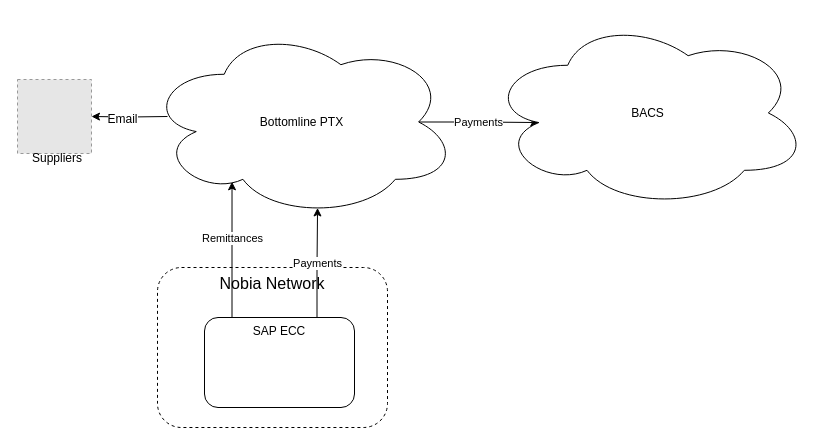
Above: page "Bottomline- To be" (2 of 6) of Bottomline.drawio in mrf742002/Diagrams (draw.io), before the change. Source tidied: cells renumbered, new cells numbered last; positions are measured from the earlier drawing's top-left corner, leaving out a move shared by most shapes. Both pictures are drawn from the tidied source at 100%, with x=0, y=0 at pixel (17, 17). Pictures stored in the file or linked from it are replaced by grey dashed boxes.
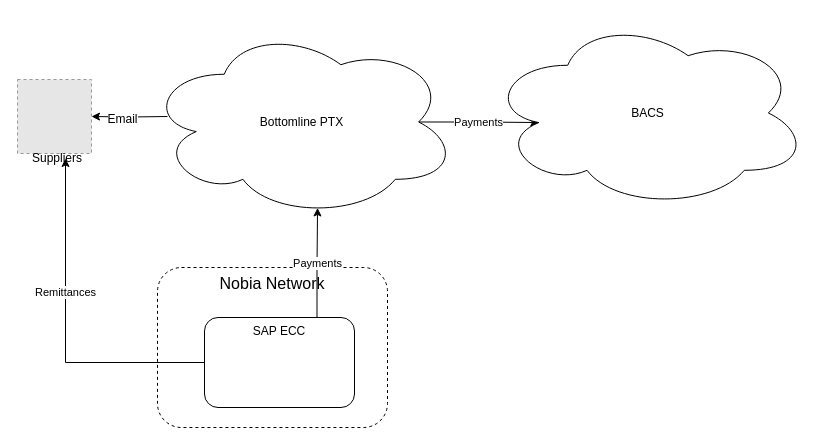
The same diagram, later.

What changed in the source:
```diff
@@
 <mxGraphModel>
   <root>
     <mxCell id="0" />
     <mxCell id="1" parent="0" />
     <mxCell id="2" value="&lt;font style=&quot;font-size: 16px&quot;&gt;Nobia Network&lt;/font&gt;" style="rounded=1;whiteSpace=wrap;html=1;dashed=1;verticalAlign=top;" parent="1" vertex="1">
       <mxGeometry x="140" y="250" width="230" height="160" as="geometry" />
     </mxCell>
     <mxCell id="3" value="Payments" style="edgeStyle=orthogonalEdgeStyle;rounded=0;jettySize=auto;html=1;exitX=0.875;exitY=0.5;exitDx=0;exitDy=0;exitPerimeter=0;entryX=0.16;entryY=0.55;entryDx=0;entryDy=0;entryPerimeter=0;" parent="1" edge="1" source="4" target="12">
       <mxGeometry relative="1" as="geometry" />
     </mxCell>
     <mxCell id="4" value="Bottomline PTX" style="ellipse;shape=cloud;whiteSpace=wrap;html=1;verticalAlign=middle;" parent="1" vertex="1">
       <mxGeometry x="129" y="9" width="311" height="191" as="geometry" />
     </mxCell>
     <mxCell id="5" value="Payments" style="edgeStyle=orthogonalEdgeStyle;rounded=0;jettySize=auto;html=1;exitX=0.75;exitY=0;exitDx=0;exitDy=0;entryX=0.55;entryY=0.95;entryDx=0;entryDy=0;entryPerimeter=0;" parent="1" edge="1" source="7" target="4">
       <mxGeometry relative="1" as="geometry" />
     </mxCell>
-    <mxCell id="6" value="Remittances" style="edgeStyle=orthogonalEdgeStyle;rounded=0;jettySize=auto;html=1;exitX=0.25;exitY=0;exitDx=0;exitDy=0;entryX=0.275;entryY=0.813;entryDx=0;entryDy=0;entryPerimeter=0;" parent="1" edge="1" source="7" target="4">
+    <mxCell id="6" value="Remittances" style="edgeStyle=orthogonalEdgeStyle;rounded=0;jettySize=auto;html=1;exitX=0;exitY=0.5;exitDx=0;exitDy=0;" parent="1" edge="1" source="7" target="11">
       <mxGeometry x="0.22" relative="1" as="geometry">
         <Array as="points">
-          <mxPoint x="215" y="300" />
+          <mxPoint x="48" y="345" />
         </Array>
       </mxGeometry>
     </mxCell>
     <mxCell id="7" value="SAP ECC" style="rounded=1;whiteSpace=wrap;html=1;verticalAlign=top;" parent="1" vertex="1">
       <mxGeometry x="187" y="300" width="150" height="90" as="geometry" />
     </mxCell>
     <mxCell id="8" style="edgeStyle=orthogonalEdgeStyle;rounded=0;jettySize=auto;html=1;entryX=1;entryY=0.5;entryDx=0;entryDy=0;" parent="1" edge="1" target="10">
       <mxGeometry relative="1" as="geometry">
         <mxPoint x="150" y="99" as="sourcePoint" />
       </mxGeometry>
     </mxCell>
     <mxCell id="9" value="Email" style="text;html=1;align=center;verticalAlign=middle;labelBackgroundColor=#ffffff;" parent="8" vertex="1">
       <mxGeometry x="0.2" y="2" relative="1" as="geometry" />
     </mxCell>
     <mxCell id="10" style="fillColor=#E6E6E6;strokeColor=#999999;dashed=1;html=1;verticalAlign=top;verticalLabelPosition=bottom;labelBackgroundColor=#ffffff;" parent="1" vertex="1">
       <mxGeometry y="62" width="74" height="74" as="geometry" />
     </mxCell>
     <mxCell id="11" value="Suppliers" style="text;html=1;points=[];align=left;verticalAlign=top;spacingTop=-4;" parent="1" vertex="1">
       <mxGeometry x="13" y="131" width="70" height="10" as="geometry" />
     </mxCell>
     <mxCell id="12" value="BACS" style="ellipse;shape=cloud;whiteSpace=wrap;html=1;verticalAlign=middle;" parent="1" vertex="1">
       <mxGeometry x="470" width="321" height="191" as="geometry" />
     </mxCell>
   </root>
 </mxGraphModel>
```
